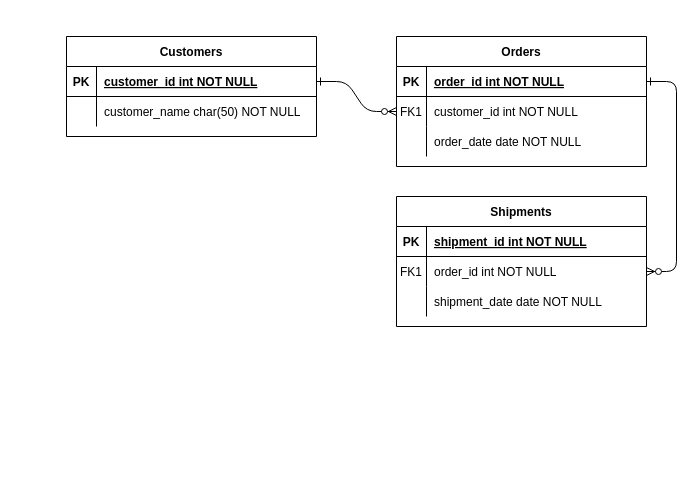
Above: src/未命名绘图.drawio in ZjBlog/spring-study (draw.io), before the change. Source tidied: cells renumbered, new cells numbered last; positions are measured from the earlier drawing's top-left corner, leaving out a move shared by most shapes. Both pictures are drawn from the tidied source at 100%, with x=0, y=0 at pixel (66, 36).
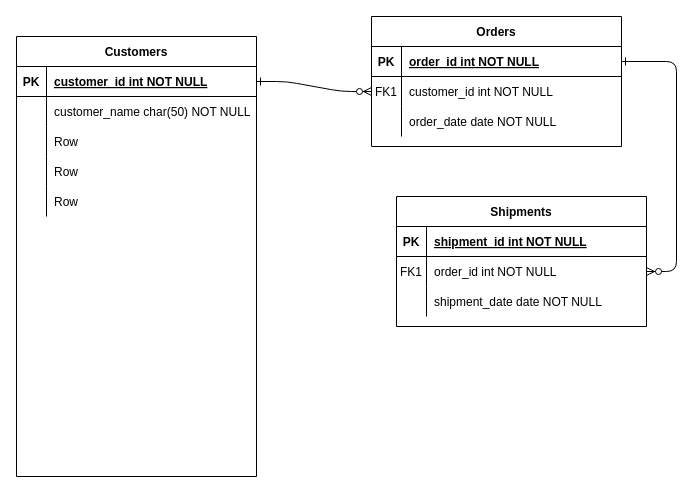
The same page after the edit.

What changed in the source:
```diff
@@
     <mxCell id="4" value="Orders" style="shape=table;startSize=30;childLayout=tableLayout;rowLines=0;fontStyle=1;align=center;" parent="1" vertex="1">
-      <mxGeometry x="330" width="250" height="130" as="geometry" />
+      <mxGeometry x="305" y="-20" width="250" height="130" as="geometry" />
     </mxCell>
@@
     <mxCell id="24" value="Customers" style="shape=table;startSize=30;childLayout=tableLayout;rowLines=0;fontStyle=1;align=center;" parent="1" vertex="1">
-      <mxGeometry width="250" height="100" as="geometry" />
+      <mxGeometry x="-50" width="240" height="440" as="geometry" />
     </mxCell>
     <mxCell id="25" style="shape=partialRectangle;fillColor=none;points=[[0,0.5],[1,0.5]];portConstraint=eastwest;top=0;left=0;right=0;bottom=1;" parent="24" vertex="1">
-      <mxGeometry y="30" width="250" height="30" as="geometry" />
+      <mxGeometry y="30" width="240" height="30" as="geometry" />
     </mxCell>
@@
     <mxCell id="27" value="customer_id int NOT NULL " style="shape=partialRectangle;overflow=hidden;fillColor=none;top=0;left=0;bottom=0;right=0;align=left;spacingLeft=6;fontStyle=5;" parent="25" vertex="1">
-      <mxGeometry x="30" width="220" height="30" as="geometry" />
+      <mxGeometry x="30" width="210" height="30" as="geometry" />
     </mxCell>
     <mxCell id="28" style="shape=partialRectangle;fillColor=none;top=0;left=0;right=0;bottom=0;" parent="24" vertex="1">
-      <mxGeometry y="60" width="250" height="30" as="geometry" />
+      <mxGeometry y="60" width="240" height="30" as="geometry" />
     </mxCell>
@@
     <mxCell id="30" value="customer_name char(50) NOT NULL" style="shape=partialRectangle;overflow=hidden;fillColor=none;top=0;left=0;bottom=0;right=0;align=left;spacingLeft=6;" parent="28" vertex="1">
-      <mxGeometry x="30" width="220" height="30" as="geometry" />
+      <mxGeometry x="30" width="210" height="30" as="geometry" />
     </mxCell>
+    <mxCell id="31" style="shape=tableRow;horizontal=0;startSize=0;swimlaneHead=0;swimlaneBody=0;fillColor=none;top=0;left=0;right=0;bottom=0;" parent="24" vertex="1">
+      <mxGeometry y="90" width="240" height="30" as="geometry" />
+    </mxCell>
+    <mxCell id="32" style="shape=partialRectangle;fillColor=none;top=0;left=0;bottom=0;right=0;overflow=hidden;" parent="31" vertex="1">
+      <mxGeometry width="30" height="30" as="geometry" />
+    </mxCell>
+    <mxCell id="33" value="Row" style="shape=partialRectangle;fillColor=none;top=0;left=0;bottom=0;right=0;align=left;spacingLeft=6;overflow=hidden;" parent="31" vertex="1">
+      <mxGeometry x="30" width="210" height="30" as="geometry" />
+    </mxCell>
+    <mxCell id="34" style="shape=tableRow;horizontal=0;startSize=0;swimlaneHead=0;swimlaneBody=0;fillColor=none;top=0;left=0;right=0;bottom=0;" parent="24" vertex="1">
+      <mxGeometry y="120" width="240" height="30" as="geometry" />
+    </mxCell>
+    <mxCell id="35" style="shape=partialRectangle;fillColor=none;top=0;left=0;bottom=0;right=0;overflow=hidden;" parent="34" vertex="1">
+      <mxGeometry width="30" height="30" as="geometry" />
+    </mxCell>
+    <mxCell id="36" value="Row" style="shape=partialRectangle;fillColor=none;top=0;left=0;bottom=0;right=0;align=left;spacingLeft=6;overflow=hidden;" parent="34" vertex="1">
+      <mxGeometry x="30" width="210" height="30" as="geometry" />
+    </mxCell>
+    <mxCell id="37" style="shape=tableRow;horizontal=0;startSize=0;swimlaneHead=0;swimlaneBody=0;fillColor=none;top=0;left=0;right=0;bottom=0;" parent="24" vertex="1">
+      <mxGeometry y="150" width="240" height="30" as="geometry" />
+    </mxCell>
+    <mxCell id="38" style="shape=partialRectangle;fillColor=none;top=0;left=0;bottom=0;right=0;overflow=hidden;" parent="37" vertex="1">
+      <mxGeometry width="30" height="30" as="geometry" />
+    </mxCell>
+    <mxCell id="39" value="Row" style="shape=partialRectangle;fillColor=none;top=0;left=0;bottom=0;right=0;align=left;spacingLeft=6;overflow=hidden;" parent="37" vertex="1">
+      <mxGeometry x="30" width="210" height="30" as="geometry" />
+    </mxCell>
```
